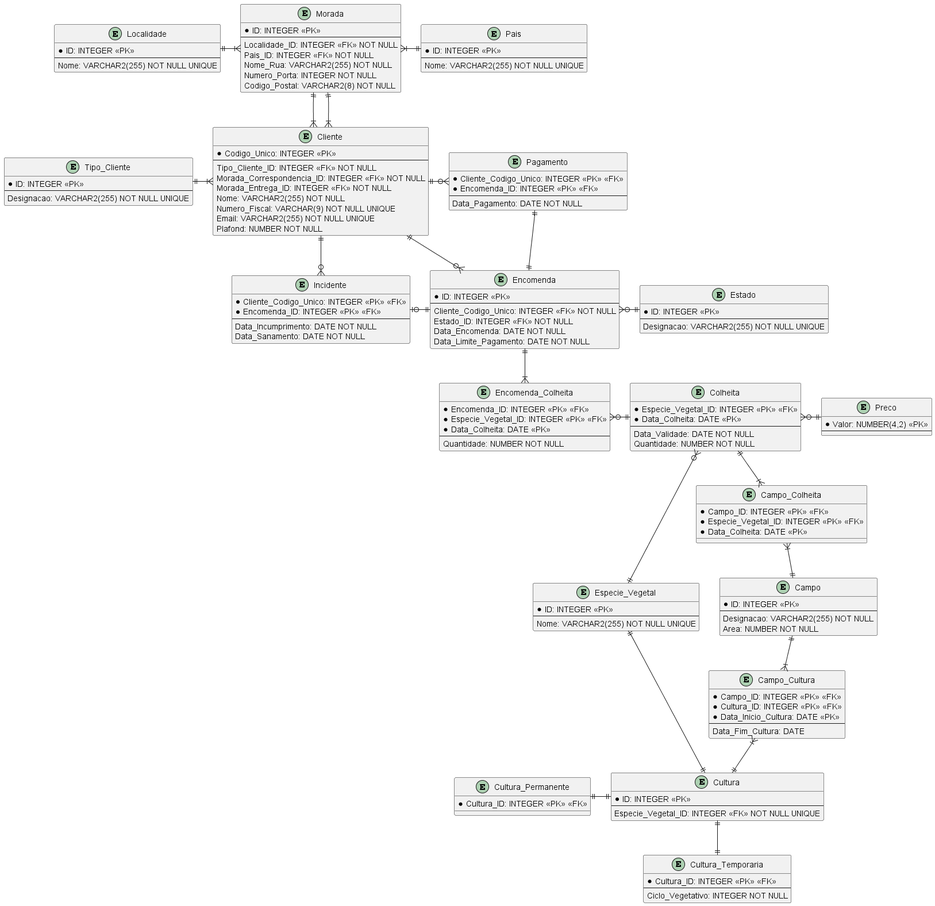
Above: BDDAD/Quinta-Finanças.png in Mendoncaa/LAPR3 (PlantUML), before the change.
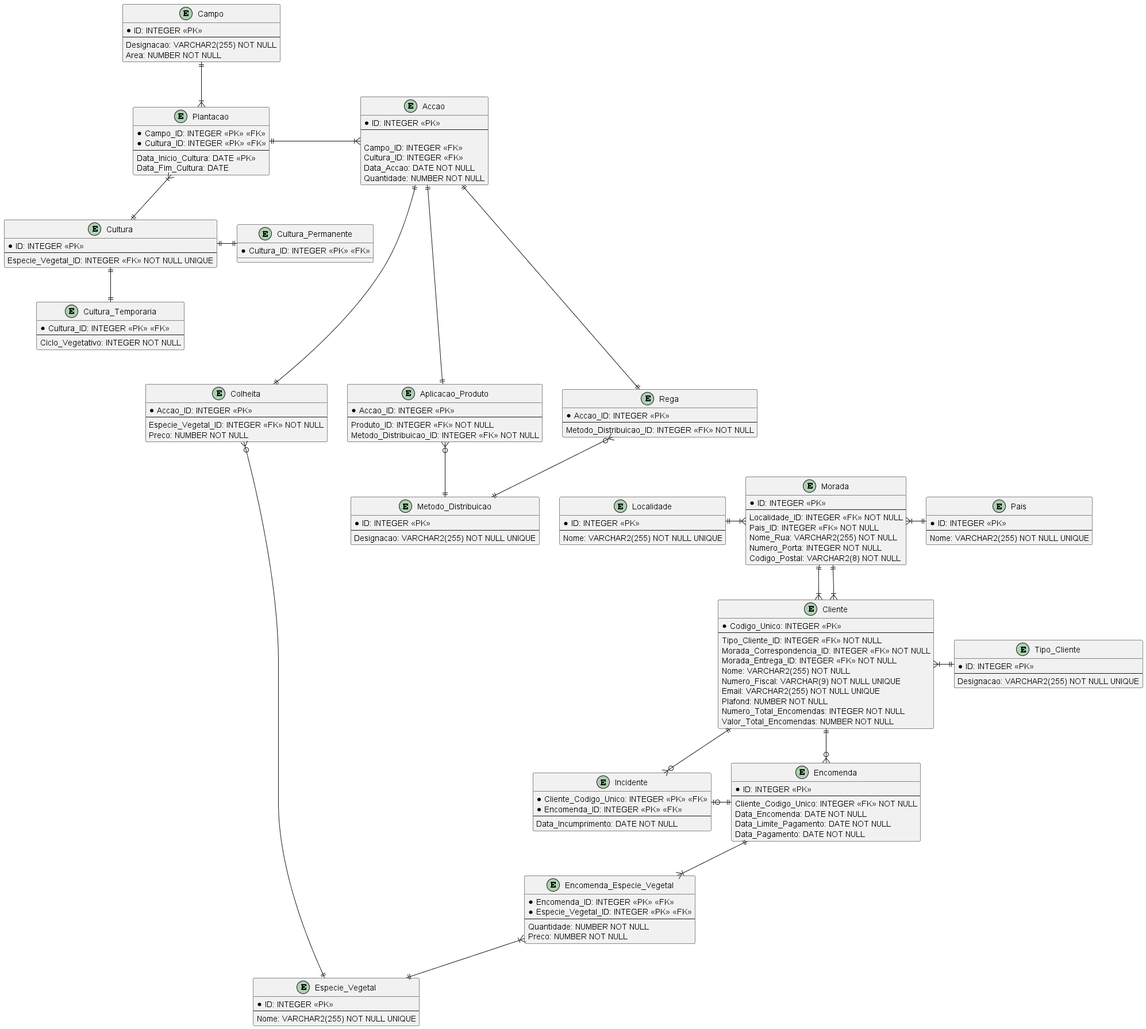
After the change.

Commit message:
LAPR23G63-6 #comment Correção do Módulo "Quinta-Finanças" do Modelo Lógico;

Change to the diagram source:
```diff
@@ -13,14 +13,6 @@
     Especie_Vegetal_ID: INTEGER <<FK>> NOT NULL UNIQUE
 }
 
-entity Campo_Cultura {
-    * Campo_ID: INTEGER <<PK>> <<FK>>
-    * Cultura_ID: INTEGER <<PK>> <<FK>>
-    * Data_Inicio_Cultura: DATE <<PK>>
-    --
-    Data_Fim_Cultura: DATE
-}
-
 entity Cultura_Temporaria {
     * Cultura_ID: INTEGER <<PK>> <<FK>>
     --
@@ -31,29 +23,24 @@
     * Cultura_ID: INTEGER <<PK>> <<FK>>
 }
 
+entity Plantacao {
+    * Campo_ID: INTEGER <<PK>> <<FK>>
+    * Cultura_ID: INTEGER <<PK>> <<FK>>
+    --
+    Data_Inicio_Cultura: DATE <<PK>>
+    Data_Fim_Cultura: DATE
+}
+
 entity Especie_Vegetal {
     * ID: INTEGER <<PK>>
     --
     Nome: VARCHAR2(255) NOT NULL UNIQUE
 }
 
-entity Preco {
-    * Valor: NUMBER(4,2) <<PK>>
+entity Tipo_Cliente {
+    * ID: INTEGER <<PK>>
     --
-}
-
-entity Colheita {
-    * Especie_Vegetal_ID: INTEGER <<PK>> <<FK>>
-    * Data_Colheita: DATE <<PK>>
-    --
-    Data_Validade: DATE NOT NULL
-    Quantidade: NUMBER NOT NULL
-}
-
-entity Campo_Colheita {
-    * Campo_ID: INTEGER <<PK>> <<FK>>
-    * Especie_Vegetal_ID: INTEGER <<PK>> <<FK>>
-    * Data_Colheita: DATE <<PK>>
+    Designacao: VARCHAR2(255) NOT NULL UNIQUE
 }
 
 entity Cliente {
@@ -66,12 +53,8 @@
     Numero_Fiscal: VARCHAR(9) NOT NULL UNIQUE
     Email: VARCHAR2(255) NOT NULL UNIQUE
     Plafond: NUMBER NOT NULL
-}
-
-entity Tipo_Cliente {
-    * ID: INTEGER <<PK>>
-    --
-    Designacao: VARCHAR2(255) NOT NULL UNIQUE
+    Numero_Total_Encomendas: INTEGER NOT NULL
+    Valor_Total_Encomendas: NUMBER NOT NULL
 }
 
 entity Morada {
@@ -100,21 +83,8 @@
     * ID: INTEGER <<PK>>
     --
     Cliente_Codigo_Unico: INTEGER <<FK>> NOT NULL
-    Estado_ID: INTEGER <<FK>> NOT NULL
     Data_Encomenda: DATE NOT NULL
     Data_Limite_Pagamento: DATE NOT NULL
-}
-
-entity Estado {
-    * ID: INTEGER <<PK>>
-    --
-    Designacao: VARCHAR2(255) NOT NULL UNIQUE
-}
-
-entity Pagamento {
-    * Cliente_Codigo_Unico: INTEGER <<PK>> <<FK>>
-    * Encomenda_ID: INTEGER <<PK>> <<FK>>
-    --
     Data_Pagamento: DATE NOT NULL
 }
 
@@ -123,27 +93,61 @@
     * Encomenda_ID: INTEGER <<PK>> <<FK>>
     --
     Data_Incumprimento: DATE NOT NULL
-    Data_Sanamento: DATE NOT NULL
 }
 
-entity Encomenda_Colheita {
+entity Encomenda_Especie_Vegetal {
     * Encomenda_ID: INTEGER <<PK>> <<FK>>
     * Especie_Vegetal_ID: INTEGER <<PK>> <<FK>>
-    * Data_Colheita: DATE <<PK>>
     --
+    Quantidade: NUMBER NOT NULL
+    Preco: NUMBER NOT NULL
+}
+
+entity Accao {
+    * ID: INTEGER <<PK>>
+    --
+
+    Campo_ID: INTEGER <<FK>>
+    Cultura_ID: INTEGER <<FK>>
+    Data_Accao: DATE NOT NULL
     Quantidade: NUMBER NOT NULL
 }
 
-Campo ||-d-|{ Campo_Cultura
-Campo ||-u-|{ Campo_Colheita
+entity Metodo_Distribuicao {
+    * ID: INTEGER <<PK>>
+    --
+    Designacao: VARCHAR2(255) NOT NULL UNIQUE
+}
 
-Colheita ||-d-|{ Campo_Colheita
-Colheita ||-l-o{ Encomenda_Colheita
+entity Rega {
+    * Accao_ID: INTEGER <<PK>>
+    --
+    Metodo_Distribuicao_ID: INTEGER <<FK>> NOT NULL
+}
 
-Cultura ||-u-|{ Campo_Cultura
+entity Aplicacao_Produto {
+    * Accao_ID: INTEGER <<PK>>
+    --
+    Produto_ID: INTEGER <<FK>> NOT NULL
+    Metodo_Distribuicao_ID: INTEGER <<FK>> NOT NULL
+}
+
+entity Colheita {
+    * Accao_ID: INTEGER <<PK>>
+    --
+    Especie_Vegetal_ID: INTEGER <<FK>> NOT NULL
+    Preco: NUMBER NOT NULL
+}
+
+Campo ||-d-|{ Plantacao
+
+Cultura ||-u-|{ Plantacao
 Cultura ||-d-|| Cultura_Temporaria
-Cultura ||-l-|| Cultura_Permanente
-Cultura ||-u-|| Especie_Vegetal
+Cultura ||-r-|| Cultura_Permanente
+
+Plantacao ||-r-|{ Accao
+
+Tipo_Cliente ||-l-|{ Cliente
 
 Morada ||-d-|{ Cliente
 Morada ||-d-|{ Cliente
@@ -152,21 +156,20 @@
 
 Pais ||-l-|{ Morada
 
-Tipo_Cliente ||-r-|{ Cliente
-
-Preco ||-l-o{ Colheita
-
-Especie_Vegetal ||-u-o{ Colheita
-
-Estado ||-l-o{ Encomenda
-
 Cliente ||-d-o{ Encomenda
 Cliente ||-d-o{ Incidente
-Cliente ||-r-o{ Pagamento
 
-Encomenda ||-d-|{ Encomenda_Colheita
 Encomenda ||-l-o| Incidente
+Encomenda ||-d-|{ Encomenda_Especie_Vegetal
 
-Pagamento ||-d-|| Encomenda
+Especie_Vegetal ||-u-|{ Encomenda_Especie_Vegetal
+Especie_Vegetal ||---u---o{ Colheita
+
+Accao ||--d--|| Rega
+Accao ||--d--|| Aplicacao_Produto
+Accao ||--d--|| Colheita
+
+Metodo_Distribuicao ||-u-o{ Rega
+Metodo_Distribuicao ||-u-o{ Aplicacao_Produto
 
 @enduml
```
